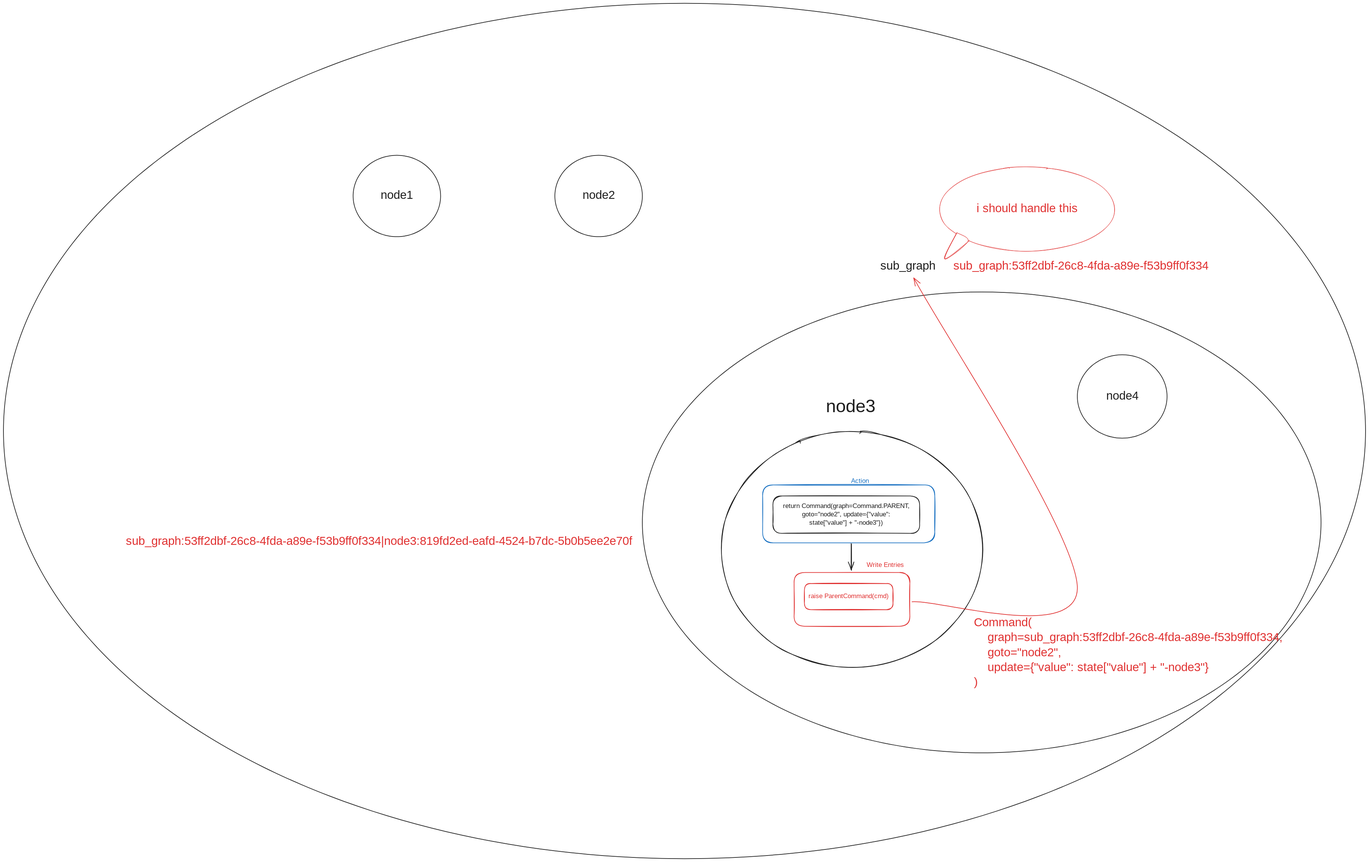
Above: source/_posts/LangGraphDynamicRoute2/out_graph_command.svg in theo1893/theo1893.github.io (Excalidraw), before the change. Source tidied: one line per element, renumbered; positions are measured from the earlier drawing's top-left corner, leaving out a move shared by most shapes. Source of this version:
```json
{"id": 0, "type": "rectangle", "strokeColor": "#1e1e1e", "strokeWidth": 2, "roughness": 1, "round": true, "x": 2316, "y": 1483, "width": 442, "height": 112}
{"id": 1, "type": "text", "text": "return Command(graph=Command.PARENT,\ngoto=\"node2\", update={\"value\":\nstate[\"value\"] + \"-node3\"})", "strokeColor": "#1e1e1e", "strokeWidth": 2, "roughness": 1, "fontSize": 20, "fontFamily": 5, "textAlign": "center", "verticalAlign": "middle", "inside": 0, "x": 2336, "y": 1502, "width": 403, "height": 75}
{"id": 2, "type": "ellipse", "strokeColor": "#1e1e1e", "strokeWidth": 2, "roughness": 1, "round": true, "x": 2161, "y": 1289, "width": 786, "height": 711}
{"id": 3, "type": "text", "text": "node3", "strokeColor": "#1e1e1e", "backgroundColor": "#eaddd7", "fillStyle": "cross-hatch", "strokeWidth": 2, "roughness": 1, "fontSize": 54.07, "fontFamily": 5, "x": 2476, "y": 1184, "width": 156, "height": 68}
{"id": 4, "type": "rectangle", "strokeColor": "#1971c2", "strokeWidth": 2, "roughness": 1, "round": true, "x": 2285, "y": 1450, "width": 518, "height": 174}
{"id": 5, "type": "text", "text": "Action", "strokeColor": "#1971c2", "strokeWidth": 2, "roughness": 1, "fontSize": 20, "fontFamily": 5, "x": 2552, "y": 1426, "width": 62, "height": 25}
{"id": 6, "type": "rectangle", "strokeColor": "#e03131", "strokeWidth": 2, "roughness": 1, "round": true, "x": 2411, "y": 1747, "width": 267, "height": 79}
{"id": 7, "type": "text", "text": "raise ParentCommand(cmd)", "strokeColor": "#e03131", "strokeWidth": 2, "roughness": 1, "fontSize": 20, "fontFamily": 5, "textAlign": "center", "verticalAlign": "middle", "inside": 6, "x": 2416, "y": 1773, "width": 256, "height": 25}
{"id": 8, "type": "rectangle", "strokeColor": "#e03131", "strokeWidth": 2, "roughness": 1, "round": true, "x": 2380, "y": 1713, "width": 348, "height": 162}
{"id": 9, "type": "text", "text": "Write Entries", "strokeColor": "#e03131", "strokeWidth": 2, "roughness": 1, "fontSize": 20, "fontFamily": 5, "x": 2599, "y": 1679, "width": 129, "height": 25}
{"id": 10, "type": "arrow", "strokeColor": "#1e1e1e", "strokeWidth": 2, "roughness": 1, "endArrowhead": "arrow", "round": true, "from": 4, "to": 8, "x": 2552, "y": 1627, "width": 1, "height": 80, "points": [[0, 0], [1, 80]]}
{"id": 11, "type": "ellipse", "strokeColor": "#1e1e1e", "strokeWidth": 2, "roughness": 0, "round": true, "x": 1923, "y": 869, "width": 2043, "height": 1388}
{"id": 12, "type": "ellipse", "strokeColor": "#1e1e1e", "strokeWidth": 2, "roughness": 0, "round": true, "x": 3233, "y": 1058, "width": 270, "height": 251}
{"id": 13, "type": "text", "text": "node4", "strokeColor": "#1e1e1e", "strokeWidth": 2, "roughness": 0, "fontSize": 36, "fontFamily": 5, "textAlign": "center", "verticalAlign": "middle", "inside": 12, "x": 3316, "y": 1161, "width": 103, "height": 45}
{"id": 14, "type": "text", "text": "sub_graph", "strokeColor": "#1e1e1e", "strokeWidth": 2, "roughness": 0, "fontSize": 36, "fontFamily": 5, "x": 2640, "y": 770, "width": 177, "height": 45}
{"id": 15, "type": "arrow", "strokeColor": "#e03131", "strokeWidth": 2, "roughness": 0, "endArrowhead": "arrow", "round": true, "from": 8, "to": 14, "x": 2735, "y": 1802, "width": 498, "height": 975, "points": [[0, 0], [498, -41], [5, -975]]}
{"id": 16, "type": "text", "text": "sub_graph:53ff2dbf-26c8-4fda-a89e-f53b9ff0f334|node3:819fd2ed-eafd-4524-b7dc-5b0b5ee2e70f", "strokeColor": "#e03131", "strokeWidth": 2, "roughness": 0, "fontSize": 36, "fontFamily": 5, "x": 368, "y": 1599, "width": 1760, "height": 45}
{"id": 17, "type": "ellipse", "strokeColor": "#1e1e1e", "strokeWidth": 2, "roughness": 0, "round": true, "x": 0, "y": 0, "width": 4100, "height": 2575}
{"id": 18, "type": "ellipse", "strokeColor": "#1e1e1e", "strokeWidth": 2, "roughness": 0, "round": true, "x": 1052, "y": 458, "width": 263, "height": 245}
{"id": 19, "type": "text", "text": "node1", "strokeColor": "#1e1e1e", "strokeWidth": 2, "roughness": 0, "fontSize": 36, "fontFamily": 5, "textAlign": "center", "verticalAlign": "middle", "inside": 18, "x": 1136, "y": 557, "width": 97, "height": 45}
{"id": 20, "type": "ellipse", "strokeColor": "#1e1e1e", "strokeWidth": 2, "roughness": 0, "round": true, "x": 1660, "y": 458, "width": 263, "height": 245}
{"id": 21, "type": "text", "text": "node2", "strokeColor": "#1e1e1e", "strokeWidth": 2, "roughness": 0, "fontSize": 36, "fontFamily": 5, "textAlign": "center", "verticalAlign": "middle", "inside": 20, "x": 1738, "y": 557, "width": 107, "height": 45}
{"id": 22, "type": "ellipse", "strokeColor": "#e03131", "strokeWidth": 1, "roughness": 1, "x": 2817, "y": 493, "width": 529, "height": 253}
{"id": 23, "type": "text", "text": "i should handle this", "strokeColor": "#e03131", "strokeWidth": 2, "roughness": 0, "fontSize": 36, "fontFamily": 5, "textAlign": "center", "verticalAlign": "middle", "inside": 22, "x": 2911, "y": 597, "width": 341, "height": 45}
{"id": 24, "type": "line", "strokeColor": "#e03131", "backgroundColor": "#fff", "fillStyle": "solid", "strokeWidth": 1, "roughness": 0, "round": true, "x": 2870, "y": 691, "width": 70, "height": 79, "points": [[0, 0], [-37, 79], [33, 26], [0, 0]]}
{"id": 25, "type": "line", "strokeColor": "#e03131", "strokeWidth": 1, "roughness": 1, "round": true, "x": 2868, "y": 691, "width": 74, "height": 78, "points": [[0, 0], [-35, 78], [39, 23]]}
{"id": 26, "type": "text", "text": "Command(\n    graph=sub_graph:53ff2dbf-26c8-4fda-a89e-f53b9ff0f334, \n    goto=\"node2\", \n    update={\"value\": state[\"value\"] + \"-node3\"}\n)", "strokeColor": "#e03131", "strokeWidth": 2, "roughness": 0, "fontSize": 36, "fontFamily": 5, "x": 2921, "y": 1844, "width": 1102, "height": 225}
{"id": 27, "type": "text", "text": "sub_graph:53ff2dbf-26c8-4fda-a89e-f53b9ff0f334", "strokeColor": "#e03131", "strokeWidth": 2, "roughness": 0, "fontSize": 36, "fontFamily": 5, "x": 2860, "y": 770, "width": 908, "height": 45}
```
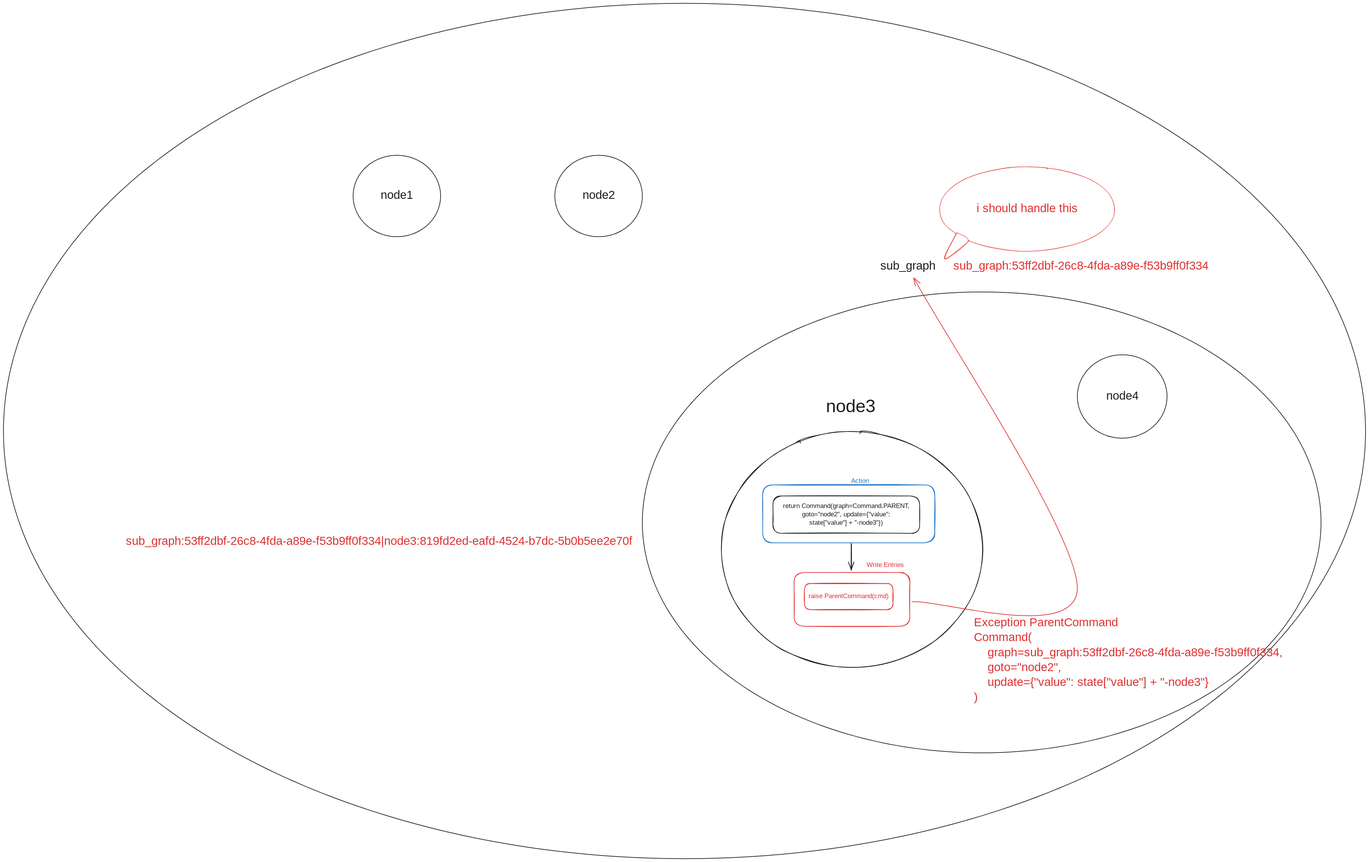
Above is the later version.

What changed in the source:
```diff
@@ -24,5 +24,5 @@
 {"id": 23, "type": "text", "text": "i should handle this", "strokeColor": "#e03131", "strokeWidth": 2, "roughness": 0, "fontSize": 36, "fontFamily": 5, "textAlign": "center", "verticalAlign": "middle", "inside": 22, "x": 2911, "y": 597, "width": 341, "height": 45}
 {"id": 24, "type": "line", "strokeColor": "#e03131", "backgroundColor": "#fff", "fillStyle": "solid", "strokeWidth": 1, "roughness": 0, "round": true, "x": 2870, "y": 691, "width": 70, "height": 79, "points": [[0, 0], [-37, 79], [33, 26], [0, 0]]}
 {"id": 25, "type": "line", "strokeColor": "#e03131", "strokeWidth": 1, "roughness": 1, "round": true, "x": 2868, "y": 691, "width": 74, "height": 78, "points": [[0, 0], [-35, 78], [39, 23]]}
-{"id": 26, "type": "text", "text": "Command(\n    graph=sub_graph:53ff2dbf-26c8-4fda-a89e-f53b9ff0f334, \n    goto=\"node2\", \n    update={\"value\": state[\"value\"] + \"-node3\"}\n)", "strokeColor": "#e03131", "strokeWidth": 2, "roughness": 0, "fontSize": 36, "fontFamily": 5, "x": 2921, "y": 1844, "width": 1102, "height": 225}
+{"id": 26, "type": "text", "text": "Exception ParentCommand\nCommand(\n    graph=sub_graph:53ff2dbf-26c8-4fda-a89e-f53b9ff0f334, \n    goto=\"node2\", \n    update={\"value\": state[\"value\"] + \"-node3\"}\n)", "strokeColor": "#e03131", "strokeWidth": 2, "roughness": 0, "fontSize": 36, "fontFamily": 5, "x": 2921, "y": 1844, "width": 1102, "height": 270}
 {"id": 27, "type": "text", "text": "sub_graph:53ff2dbf-26c8-4fda-a89e-f53b9ff0f334", "strokeColor": "#e03131", "strokeWidth": 2, "roughness": 0, "fontSize": 36, "fontFamily": 5, "x": 2860, "y": 770, "width": 908, "height": 45}
```
